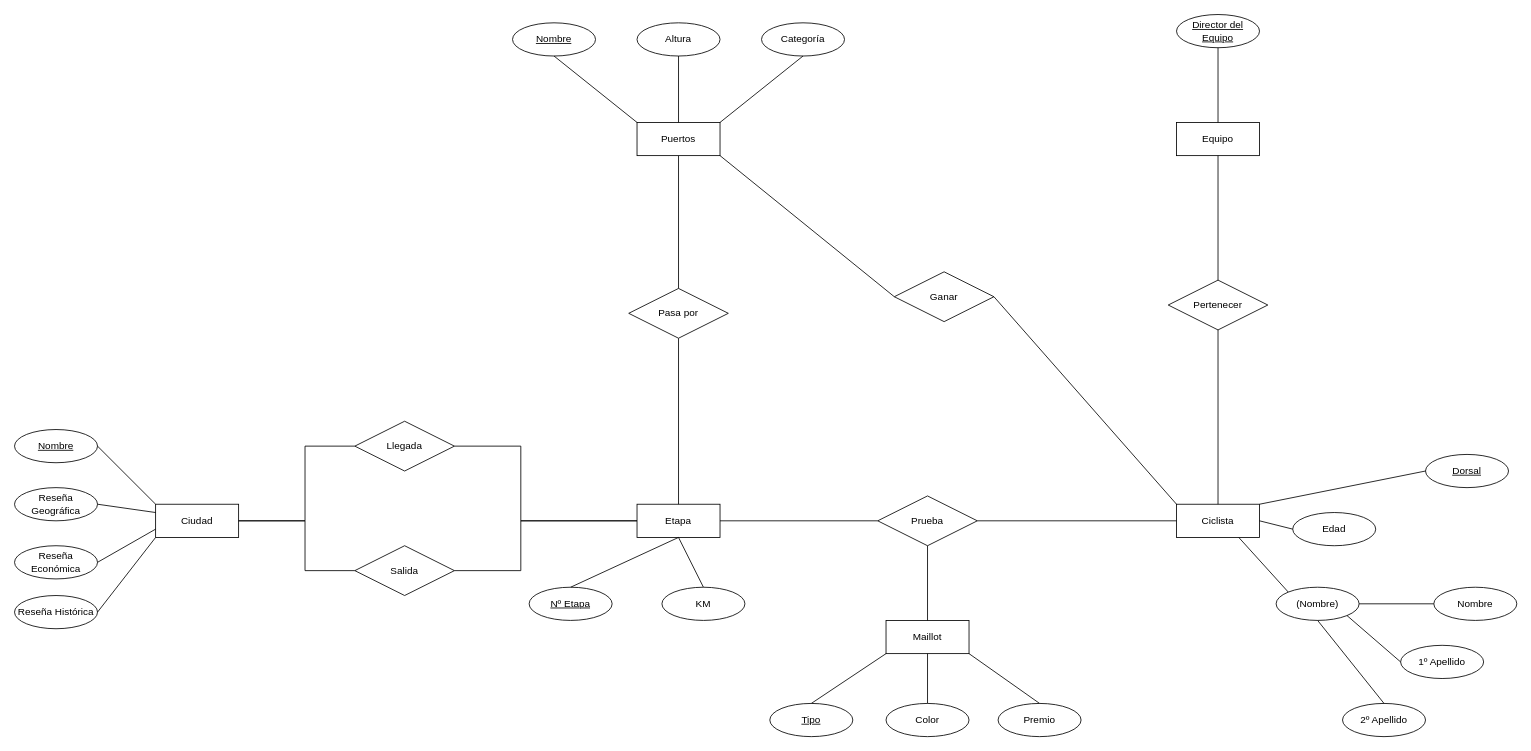
This is Diagrama sin título.drawio from Pederysky/Cosas-de-clase, a draw.io file, before an edit. Source tidied: cells renumbered, new cells numbered last; positions are measured from the earlier drawing's top-left corner, leaving out a move shared by most shapes. Both pictures are drawn from the tidied source at 83%, with x=0, y=0 at pixel (14, 14).
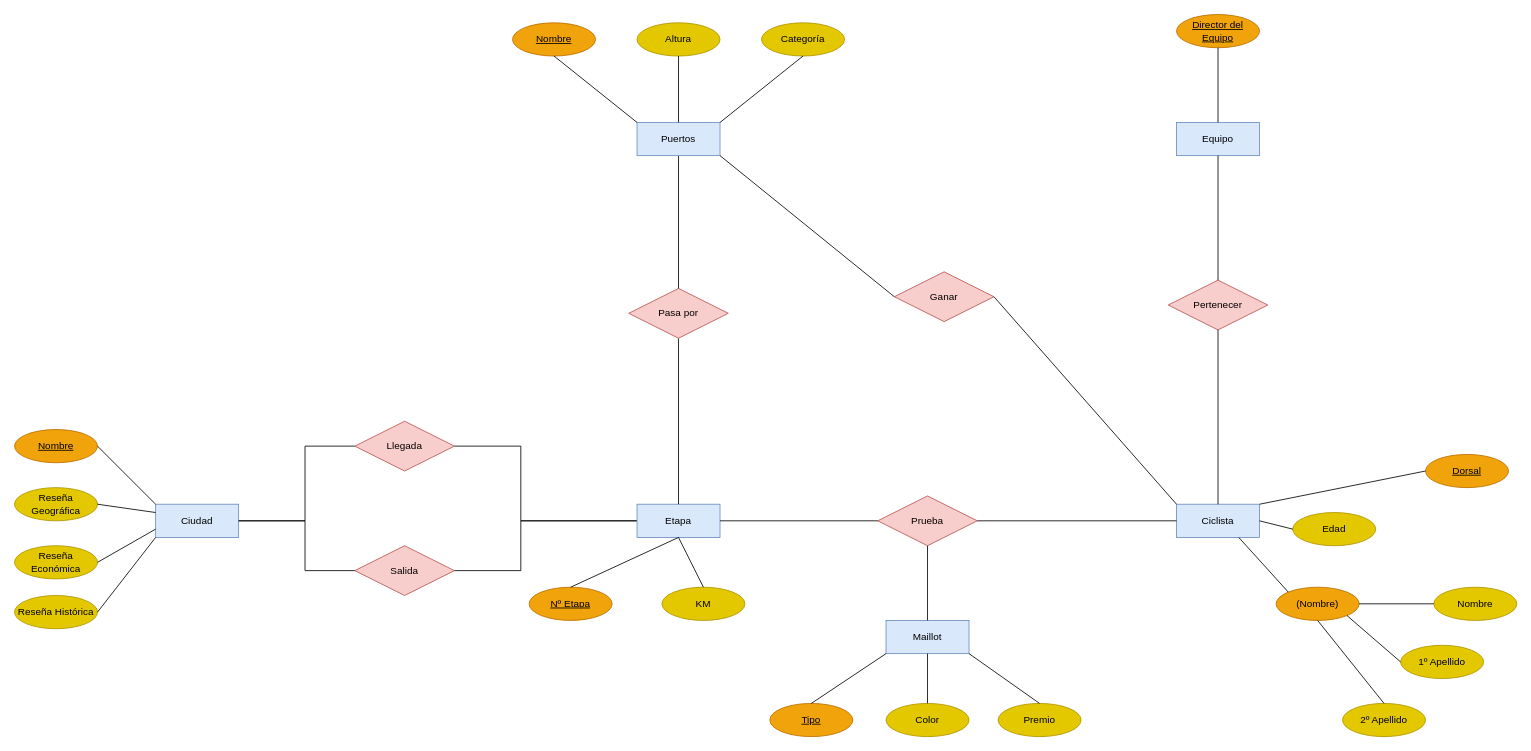
Above is the later version.

What changed in the source:
```diff
@@
-    <mxCell id="2" value="Ciudad" style="whiteSpace=wrap;html=1;align=center;" parent="1" vertex="1">
+    <mxCell id="2" value="Ciudad" style="whiteSpace=wrap;html=1;align=center;fillColor=#dae8fc;strokeColor=#6c8ebf;" parent="1" vertex="1">
       <mxGeometry x="170" y="590" width="100" height="40" as="geometry" />
     </mxCell>
-    <mxCell id="3" value="Reseña Geográfica" style="ellipse;whiteSpace=wrap;html=1;align=center;" parent="1" vertex="1">
+    <mxCell id="3" value="Reseña Geográfica" style="ellipse;whiteSpace=wrap;html=1;align=center;fillColor=#e3c800;fontColor=#000000;strokeColor=#B09500;" parent="1" vertex="1">
       <mxGeometry y="570" width="100" height="40" as="geometry" />
     </mxCell>
-    <mxCell id="4" value="Nombre" style="ellipse;whiteSpace=wrap;html=1;align=center;fontStyle=4;" parent="1" vertex="1">
+    <mxCell id="4" value="Nombre" style="ellipse;whiteSpace=wrap;html=1;align=center;fontStyle=4;fillColor=#f0a30a;fontColor=#000000;strokeColor=#BD7000;" parent="1" vertex="1">
       <mxGeometry y="500" width="100" height="40" as="geometry" />
     </mxCell>
-    <mxCell id="5" value="Reseña Económica" style="ellipse;whiteSpace=wrap;html=1;align=center;" parent="1" vertex="1">
+    <mxCell id="5" value="Reseña Económica" style="ellipse;whiteSpace=wrap;html=1;align=center;fillColor=#e3c800;fontColor=#000000;strokeColor=#B09500;" parent="1" vertex="1">
       <mxGeometry y="640" width="100" height="40" as="geometry" />
     </mxCell>
-    <mxCell id="6" value="Reseña Histórica" style="ellipse;whiteSpace=wrap;html=1;align=center;" parent="1" vertex="1">
+    <mxCell id="6" value="Reseña Histórica" style="ellipse;whiteSpace=wrap;html=1;align=center;fillColor=#e3c800;fontColor=#000000;strokeColor=#B09500;" parent="1" vertex="1">
       <mxGeometry y="700" width="100" height="40" as="geometry" />
     </mxCell>
@@
-    <mxCell id="12" value="Llegada" style="shape=rhombus;perimeter=rhombusPerimeter;whiteSpace=wrap;html=1;align=center;" parent="1" vertex="1">
+    <mxCell id="12" value="Llegada" style="shape=rhombus;perimeter=rhombusPerimeter;whiteSpace=wrap;html=1;align=center;fillColor=#f8cecc;strokeColor=#b85450;" parent="1" vertex="1">
       <mxGeometry x="410" y="490" width="120" height="60" as="geometry" />
     </mxCell>
-    <mxCell id="13" value="Salida" style="shape=rhombus;perimeter=rhombusPerimeter;whiteSpace=wrap;html=1;align=center;" parent="1" vertex="1">
+    <mxCell id="13" value="Salida" style="shape=rhombus;perimeter=rhombusPerimeter;whiteSpace=wrap;html=1;align=center;fillColor=#f8cecc;strokeColor=#b85450;" parent="1" vertex="1">
       <mxGeometry x="410" y="640" width="120" height="60" as="geometry" />
     </mxCell>
@@
-    <mxCell id="17" value="Etapa" style="whiteSpace=wrap;html=1;align=center;" parent="1" vertex="1">
+    <mxCell id="17" value="Etapa" style="whiteSpace=wrap;html=1;align=center;fillColor=#dae8fc;strokeColor=#6c8ebf;" parent="1" vertex="1">
       <mxGeometry x="750" y="590" width="100" height="40" as="geometry" />
     </mxCell>
-    <mxCell id="18" value="Nº Etapa" style="ellipse;whiteSpace=wrap;html=1;align=center;fontStyle=4;" parent="1" vertex="1">
+    <mxCell id="18" value="Nº Etapa" style="ellipse;whiteSpace=wrap;html=1;align=center;fontStyle=4;fillColor=#f0a30a;fontColor=#000000;strokeColor=#BD7000;" parent="1" vertex="1">
       <mxGeometry x="620" y="690" width="100" height="40" as="geometry" />
     </mxCell>
@@
-    <mxCell id="20" value="Prueba" style="shape=rhombus;perimeter=rhombusPerimeter;whiteSpace=wrap;html=1;align=center;" parent="1" vertex="1">
+    <mxCell id="20" value="Prueba" style="shape=rhombus;perimeter=rhombusPerimeter;whiteSpace=wrap;html=1;align=center;fillColor=#f8cecc;strokeColor=#b85450;" parent="1" vertex="1">
       <mxGeometry x="1040" y="580" width="120" height="60" as="geometry" />
     </mxCell>
-    <mxCell id="21" value="Maillot" style="whiteSpace=wrap;html=1;align=center;" parent="1" vertex="1">
+    <mxCell id="21" value="Maillot" style="whiteSpace=wrap;html=1;align=center;fillColor=#dae8fc;strokeColor=#6c8ebf;" parent="1" vertex="1">
       <mxGeometry x="1050" y="730" width="100" height="40" as="geometry" />
     </mxCell>
@@
-    <mxCell id="23" value="Ciclista" style="whiteSpace=wrap;html=1;align=center;" parent="1" vertex="1">
+    <mxCell id="23" value="Ciclista" style="whiteSpace=wrap;html=1;align=center;fillColor=#dae8fc;strokeColor=#6c8ebf;" parent="1" vertex="1">
       <mxGeometry x="1400" y="590" width="100" height="40" as="geometry" />
     </mxCell>
@@
-    <mxCell id="26" value="Pertenecer" style="shape=rhombus;perimeter=rhombusPerimeter;whiteSpace=wrap;html=1;align=center;" parent="1" vertex="1">
+    <mxCell id="26" value="Pertenecer" style="shape=rhombus;perimeter=rhombusPerimeter;whiteSpace=wrap;html=1;align=center;fillColor=#f8cecc;strokeColor=#b85450;" parent="1" vertex="1">
       <mxGeometry x="1390" y="320" width="120" height="60" as="geometry" />
     </mxCell>
-    <mxCell id="27" value="Equipo" style="whiteSpace=wrap;html=1;align=center;" parent="1" vertex="1">
+    <mxCell id="27" value="Equipo" style="whiteSpace=wrap;html=1;align=center;fillColor=#dae8fc;strokeColor=#6c8ebf;" parent="1" vertex="1">
       <mxGeometry x="1400" y="130" width="100" height="40" as="geometry" />
     </mxCell>
@@
-    <mxCell id="30" value="Dorsal" style="ellipse;whiteSpace=wrap;html=1;align=center;fontStyle=4;" parent="1" vertex="1">
+    <mxCell id="30" value="Dorsal" style="ellipse;whiteSpace=wrap;html=1;align=center;fontStyle=4;fillColor=#f0a30a;fontColor=#000000;strokeColor=#BD7000;" parent="1" vertex="1">
       <mxGeometry x="1700" y="530" width="100" height="40" as="geometry" />
     </mxCell>
-    <mxCell id="31" value="Edad" style="ellipse;whiteSpace=wrap;html=1;align=center;" parent="1" vertex="1">
+    <mxCell id="31" value="Edad" style="ellipse;whiteSpace=wrap;html=1;align=center;fillColor=#e3c800;fontColor=#000000;strokeColor=#B09500;" parent="1" vertex="1">
       <mxGeometry x="1540" y="600" width="100" height="40" as="geometry" />
     </mxCell>
-    <mxCell id="32" value="Director del Equipo" style="ellipse;whiteSpace=wrap;html=1;align=center;fontStyle=4;" parent="1" vertex="1">
+    <mxCell id="32" value="Director del Equipo" style="ellipse;whiteSpace=wrap;html=1;align=center;fontStyle=4;fillColor=#f0a30a;fontColor=#000000;strokeColor=#BD7000;" parent="1" vertex="1">
       <mxGeometry x="1400" width="100" height="40" as="geometry" />
     </mxCell>
@@
-    <mxCell id="34" value="(Nombre)" style="ellipse;whiteSpace=wrap;html=1;align=center;" parent="1" vertex="1">
+    <mxCell id="34" value="(Nombre)" style="ellipse;whiteSpace=wrap;html=1;align=center;fillColor=#f0a30a;fontColor=#000000;strokeColor=#BD7000;" parent="1" vertex="1">
       <mxGeometry x="1520" y="690" width="100" height="40" as="geometry" />
     </mxCell>
-    <mxCell id="35" value="Nombre" style="ellipse;whiteSpace=wrap;html=1;align=center;" parent="1" vertex="1">
+    <mxCell id="35" value="Nombre" style="ellipse;whiteSpace=wrap;html=1;align=center;fillColor=#e3c800;fontColor=#000000;strokeColor=#B09500;" parent="1" vertex="1">
       <mxGeometry x="1710" y="690" width="100" height="40" as="geometry" />
     </mxCell>
-    <mxCell id="36" value="1º Apellido" style="ellipse;whiteSpace=wrap;html=1;align=center;" parent="1" vertex="1">
+    <mxCell id="36" value="1º Apellido" style="ellipse;whiteSpace=wrap;html=1;align=center;fillColor=#e3c800;fontColor=#000000;strokeColor=#B09500;" parent="1" vertex="1">
       <mxGeometry x="1670" y="760" width="100" height="40" as="geometry" />
     </mxCell>
-    <mxCell id="37" value="2º Apellido" style="ellipse;whiteSpace=wrap;html=1;align=center;" parent="1" vertex="1">
+    <mxCell id="37" value="2º Apellido" style="ellipse;whiteSpace=wrap;html=1;align=center;fillColor=#e3c800;fontColor=#000000;strokeColor=#B09500;" parent="1" vertex="1">
       <mxGeometry x="1600" y="830" width="100" height="40" as="geometry" />
     </mxCell>
@@
-    <mxCell id="44" value="Color" style="ellipse;whiteSpace=wrap;html=1;align=center;" parent="1" vertex="1">
+    <mxCell id="44" value="Color" style="ellipse;whiteSpace=wrap;html=1;align=center;fillColor=#e3c800;fontColor=#000000;strokeColor=#B09500;" parent="1" vertex="1">
       <mxGeometry x="1050" y="830" width="100" height="40" as="geometry" />
     </mxCell>
-    <mxCell id="45" value="Tipo" style="ellipse;whiteSpace=wrap;html=1;align=center;fontStyle=4;" parent="1" vertex="1">
+    <mxCell id="45" value="Tipo" style="ellipse;whiteSpace=wrap;html=1;align=center;fontStyle=4;fillColor=#f0a30a;fontColor=#000000;strokeColor=#BD7000;" parent="1" vertex="1">
       <mxGeometry x="910" y="830" width="100" height="40" as="geometry" />
     </mxCell>
-    <mxCell id="46" value="Premio" style="ellipse;whiteSpace=wrap;html=1;align=center;" parent="1" vertex="1">
+    <mxCell id="46" value="Premio" style="ellipse;whiteSpace=wrap;html=1;align=center;fillColor=#e3c800;fontColor=#000000;strokeColor=#B09500;" parent="1" vertex="1">
       <mxGeometry x="1185" y="830" width="100" height="40" as="geometry" />
     </mxCell>
@@
-    <mxCell id="50" value="KM" style="ellipse;whiteSpace=wrap;html=1;align=center;" parent="1" vertex="1">
+    <mxCell id="50" value="KM" style="ellipse;whiteSpace=wrap;html=1;align=center;fillColor=#e3c800;fontColor=#000000;strokeColor=#B09500;" parent="1" vertex="1">
       <mxGeometry x="780" y="690" width="100" height="40" as="geometry" />
     </mxCell>
@@
-    <mxCell id="53" value="Pasa por" style="shape=rhombus;perimeter=rhombusPerimeter;whiteSpace=wrap;html=1;align=center;" parent="1" vertex="1">
+    <mxCell id="53" value="Pasa por" style="shape=rhombus;perimeter=rhombusPerimeter;whiteSpace=wrap;html=1;align=center;fillColor=#f8cecc;strokeColor=#b85450;" parent="1" vertex="1">
       <mxGeometry x="740" y="330" width="120" height="60" as="geometry" />
     </mxCell>
@@
-    <mxCell id="55" value="Puertos" style="whiteSpace=wrap;html=1;align=center;" parent="1" vertex="1">
+    <mxCell id="55" value="Puertos" style="whiteSpace=wrap;html=1;align=center;fillColor=#dae8fc;strokeColor=#6c8ebf;" parent="1" vertex="1">
       <mxGeometry x="750" y="130" width="100" height="40" as="geometry" />
     </mxCell>
-    <mxCell id="56" value="Nombre" style="ellipse;whiteSpace=wrap;html=1;align=center;fontStyle=4;" parent="1" vertex="1">
+    <mxCell id="56" value="Nombre" style="ellipse;whiteSpace=wrap;html=1;align=center;fontStyle=4;fillColor=#f0a30a;fontColor=#000000;strokeColor=#BD7000;" parent="1" vertex="1">
       <mxGeometry x="600" y="10" width="100" height="40" as="geometry" />
     </mxCell>
-    <mxCell id="57" value="Altura" style="ellipse;whiteSpace=wrap;html=1;align=center;" parent="1" vertex="1">
+    <mxCell id="57" value="Altura" style="ellipse;whiteSpace=wrap;html=1;align=center;fillColor=#e3c800;fontColor=#000000;strokeColor=#B09500;" parent="1" vertex="1">
       <mxGeometry x="750" y="10" width="100" height="40" as="geometry" />
     </mxCell>
-    <mxCell id="58" value="Categoría" style="ellipse;whiteSpace=wrap;html=1;align=center;" parent="1" vertex="1">
+    <mxCell id="58" value="Categoría" style="ellipse;whiteSpace=wrap;html=1;align=center;fillColor=#e3c800;fontColor=#000000;strokeColor=#B09500;" parent="1" vertex="1">
       <mxGeometry x="900" y="10" width="100" height="40" as="geometry" />
     </mxCell>
@@
-    <mxCell id="62" value="Ganar" style="shape=rhombus;perimeter=rhombusPerimeter;whiteSpace=wrap;html=1;align=center;" parent="1" vertex="1">
+    <mxCell id="62" value="Ganar" style="shape=rhombus;perimeter=rhombusPerimeter;whiteSpace=wrap;html=1;align=center;fillColor=#f8cecc;strokeColor=#b85450;" parent="1" vertex="1">
       <mxGeometry x="1060" y="310" width="120" height="60" as="geometry" />
     </mxCell>
```
